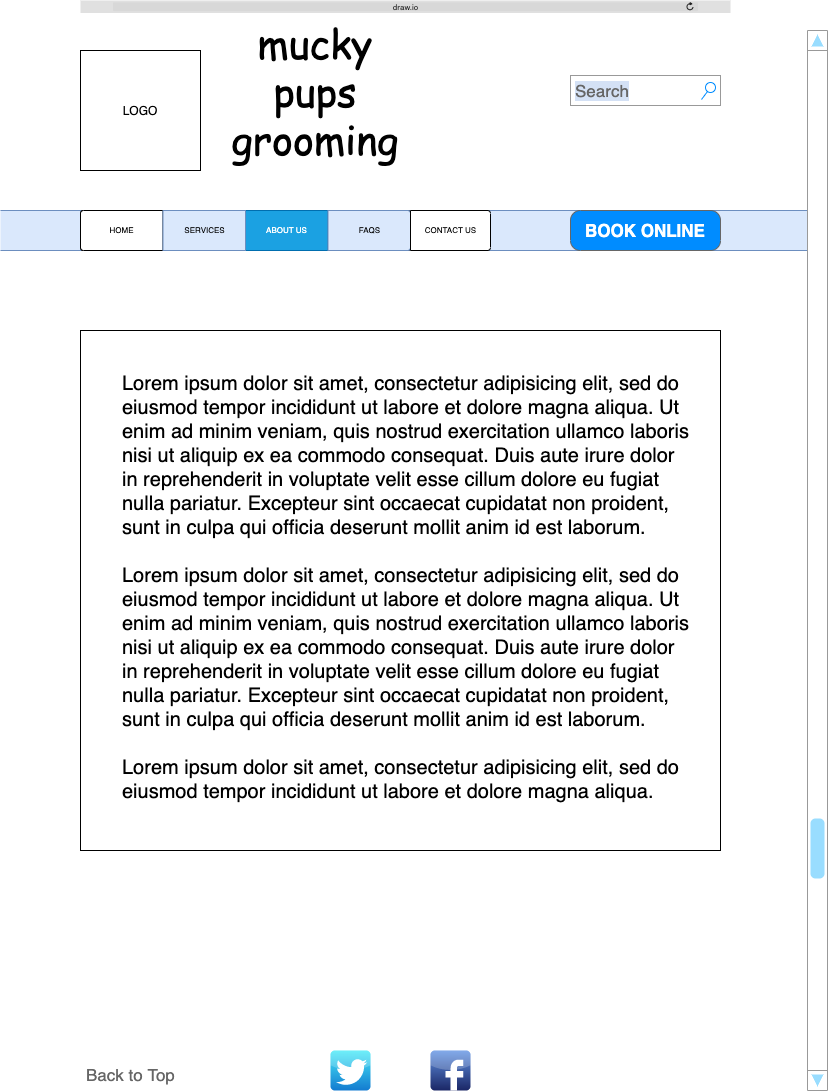
Earlier version of the draw.io export WireFrames/About Us.png (scottietex/scottietex.github.io). Source tidied: cells renumbered, new cells last; positions are measured from the earlier drawing's top-left corner, leaving out a move shared by most shapes. The source it was exported from:
```xml
<mxGraphModel background="#FFFFFF">
  <root>
    <mxCell id="0" />
    <mxCell id="1" parent="0" />
    <mxCell id="2" style="verticalLabelPosition=bottom;verticalAlign=top;html=1;shape=mxgraph.basic.rect;fillColor2=none;strokeWidth=1;size=20;indent=5;labelBackgroundColor=none;fillColor=#ffffff;fontFamily=Comic Sans MS;fontSize=20;fontColor=#000000;align=center;" parent="1" vertex="1">
      <mxGeometry x="80" y="330" width="640" height="520" as="geometry" />
    </mxCell>
    <mxCell id="3" style="shape=partialRectangle;whiteSpace=wrap;html=1;left=0;right=0;fillColor=#dae8fc;labelBackgroundColor=#D4E1F5;fontFamily=Comic Sans MS;fontSize=26;strokeColor=#6c8ebf;" parent="1" vertex="1">
      <mxGeometry y="210" width="810" height="40" as="geometry" />
    </mxCell>
    <mxCell id="4" value="mucky&lt;br style=&quot;font-size: 40px;&quot;&gt;pups&lt;br style=&quot;font-size: 40px;&quot;&gt;grooming" style="text;html=1;strokeColor=none;fillColor=none;align=center;verticalAlign=middle;whiteSpace=wrap;rounded=0;fontFamily=Comic Sans MS;fontSize=40;" parent="1" vertex="1">
      <mxGeometry x="140" y="25" width="350" height="130" as="geometry" />
    </mxCell>
    <mxCell id="5" value="LOGO" style="whiteSpace=wrap;html=1;" parent="1" vertex="1">
      <mxGeometry x="80" y="50" width="120" height="120" as="geometry" />
    </mxCell>
    <mxCell id="6" style="html=1;strokeWidth=1;shadow=0;dashed=0;shape=mxgraph.ios7ui.rrect;rSize=3;fontFamily=Comic Sans MS;fontSize=35;labelBorderColor=#000000;" parent="1" vertex="1">
      <mxGeometry x="80" y="210" width="330" height="40" as="geometry" />
    </mxCell>
    <mxCell id="7" value="HOME" style="strokeColor=inherit;fillColor=inherit;gradientColor=inherit;html=1;strokeWidth=1;shadow=0;dashed=0;shape=mxgraph.ios7ui.leftButton;rSize=3;fontSize=8;labelBackgroundColor=none;" parent="6" vertex="1">
      <mxGeometry width="82.5" height="40" as="geometry" />
    </mxCell>
    <mxCell id="8" value="ABOUT US" style="strokeColor=#006EAF;fillColor=#1ba1e2;html=1;strokeWidth=1;shadow=0;dashed=0;shape=mxgraph.ios7ui.rrect;rSize=0;fontSize=8;fontColor=#ffffff;" parent="6" vertex="1">
      <mxGeometry x="165" width="82.5" height="40" as="geometry" />
    </mxCell>
    <mxCell id="9" value="FAQS" style="strokeColor=#6c8ebf;fillColor=#dae8fc;html=1;strokeWidth=1;shadow=0;dashed=0;shape=mxgraph.ios7ui.rightButton;rSize=3;fontSize=8;labelBorderColor=none;" parent="6" vertex="1">
      <mxGeometry x="247.5" width="82.5" height="40" as="geometry" />
    </mxCell>
    <mxCell id="10" value="SERVICES" style="html=1;strokeWidth=1;shadow=0;dashed=0;shape=mxgraph.ios7ui.rrect;rSize=0;strokeColor=#6c8ebf;fontSize=8;labelBackgroundColor=none;fillColor=#dae8fc;" parent="6" vertex="1">
      <mxGeometry x="82.5" width="82.5" height="40" as="geometry" />
    </mxCell>
    <mxCell id="11" value="draw.io" style="html=1;strokeWidth=1;shadow=0;dashed=0;shape=mxgraph.ios7ui.url;fillColor=#e0e0e0;strokeColor=#c0c0c0;buttonText=;strokeColor2=#222222;fontColor=#222222;fontSize=8;spacingTop=2;align=center;" parent="1" vertex="1">
      <mxGeometry x="80" width="650" height="12.5" as="geometry" />
    </mxCell>
    <mxCell id="12" value="CONTACT US" style="strokeColor=inherit;fillColor=inherit;gradientColor=inherit;html=1;strokeWidth=1;shadow=0;dashed=0;shape=mxgraph.ios7ui.rightButton;rSize=3;fontSize=8;" parent="1" vertex="1">
      <mxGeometry x="410" y="210" width="80" height="40" as="geometry" />
    </mxCell>
    <mxCell id="13" value="Search" style="strokeWidth=1;shadow=0;dashed=0;align=center;html=1;shape=mxgraph.mockup.forms.searchBox;strokeColor=#999999;mainText=;strokeColor2=#008cff;fontColor=#666666;fontSize=17;align=left;spacingLeft=3;labelBackgroundColor=#D4E1F5;fillColor=#ffffff;" parent="1" vertex="1">
      <mxGeometry x="570" y="75" width="150" height="30" as="geometry" />
    </mxCell>
    <mxCell id="14" style="verticalLabelPosition=bottom;shadow=0;dashed=0;align=center;html=1;verticalAlign=top;strokeWidth=1;shape=mxgraph.mockup.navigation.scrollBar;strokeColor=#999999;barPos=20;fillColor2=#99ddff;strokeColor2=none;direction=north;labelBackgroundColor=#D4E1F5;fillColor=#ffffff;fontFamily=Comic Sans MS;fontSize=26;fontColor=#000000;" parent="1" vertex="1">
      <mxGeometry x="807" y="30" width="20" height="1060" as="geometry" />
    </mxCell>
    <mxCell id="15" value="BOOK ONLINE" style="strokeWidth=1;shadow=0;dashed=0;align=center;html=1;shape=mxgraph.mockup.buttons.button;strokeColor=#666666;fontColor=#ffffff;mainText=;buttonStyle=round;fontSize=17;fontStyle=1;fillColor=#008cff;whiteSpace=wrap;labelBackgroundColor=none;" parent="1" vertex="1">
      <mxGeometry x="570" y="210" width="150" height="40" as="geometry" />
    </mxCell>
    <mxCell id="16" style="dashed=0;html=1;align=center;labelPosition=center;verticalLabelPosition=bottom;verticalAlign=top;shape=mxgraph.webicons.facebook;fillColor=#6294E4;gradientColor=#1A2665;labelBackgroundColor=none;fontFamily=Comic Sans MS;fontSize=26;fontColor=#000000;" parent="1" vertex="1">
      <mxGeometry x="430" y="1050" width="40" height="40" as="geometry" />
    </mxCell>
    <mxCell id="17" style="dashed=0;html=1;align=center;labelPosition=center;verticalLabelPosition=bottom;verticalAlign=top;shape=mxgraph.webicons.twitter;fillColor=#49EAF7;gradientColor=#137BD0;labelBackgroundColor=none;fontFamily=Comic Sans MS;fontSize=26;fontColor=#000000;" parent="1" vertex="1">
      <mxGeometry x="330" y="1050" width="40" height="40" as="geometry" />
    </mxCell>
    <mxCell id="18" value="Back to Top" style="strokeWidth=1;shadow=0;dashed=0;align=center;html=1;shape=mxgraph.mockup.text.textBox;fontColor=#666666;align=left;fontSize=17;spacingLeft=4;spacingTop=-3;mainText=;labelBackgroundColor=none;fillColor=#ffffff;strokeColor=none;" parent="1" vertex="1">
      <mxGeometry x="80" y="1060" width="150" height="30" as="geometry" />
    </mxCell>
    <mxCell id="19" value="Lorem ipsum dolor sit amet, consectetur adipisicing elit, sed do eiusmod tempor incididunt ut labore et dolore magna aliqua. Ut enim ad minim veniam, quis nostrud exercitation ullamco laboris nisi ut aliquip ex ea commodo consequat. Duis aute irure dolor in reprehenderit in voluptate velit esse cillum dolore eu fugiat nulla pariatur. Excepteur sint occaecat cupidatat non proident, sunt in culpa qui officia deserunt mollit anim id est laborum.&lt;br&gt;&lt;br&gt;Lorem ipsum dolor sit amet, consectetur adipisicing elit, sed do eiusmod tempor incididunt ut labore et dolore magna aliqua. Ut enim ad minim veniam, quis nostrud exercitation ullamco laboris nisi ut aliquip ex ea commodo consequat. Duis aute irure dolor in reprehenderit in voluptate velit esse cillum dolore eu fugiat nulla pariatur. Excepteur sint occaecat cupidatat non proident, sunt in culpa qui officia deserunt mollit anim id est laborum.&lt;br&gt;&lt;br&gt;Lorem ipsum dolor sit amet, consectetur adipisicing elit, sed do eiusmod tempor incididunt ut labore et dolore magna aliqua.&amp;nbsp;" style="text;spacingTop=-5;whiteSpace=wrap;html=1;align=left;fontSize=20;fontFamily=Helvetica;fillColor=none;strokeColor=none;labelBackgroundColor=none;" parent="1" vertex="1">
      <mxGeometry x="120" y="370" width="570" height="470" as="geometry" />
    </mxCell>
  </root>
</mxGraphModel>
```
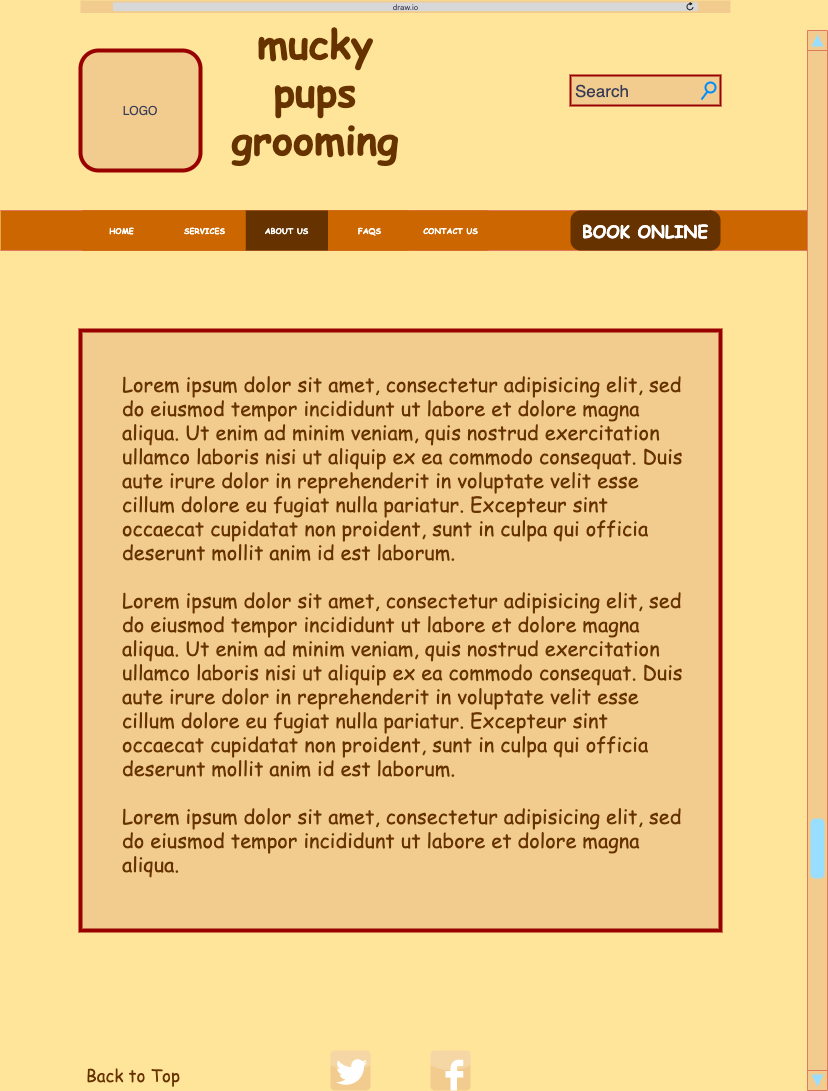
Later version of the same file.

The edit, as a diff of the source:
```diff
@@ -1,59 +1,59 @@
-<mxGraphModel background="#FFFFFF">
+<mxGraphModel background="#FFE599">
   <root>
     <mxCell id="0" />
     <mxCell id="1" parent="0" />
-    <mxCell id="2" style="verticalLabelPosition=bottom;verticalAlign=top;html=1;shape=mxgraph.basic.rect;fillColor2=none;strokeWidth=1;size=20;indent=5;labelBackgroundColor=none;fillColor=#ffffff;fontFamily=Comic Sans MS;fontSize=20;fontColor=#000000;align=center;" parent="1" vertex="1">
-      <mxGeometry x="80" y="330" width="640" height="520" as="geometry" />
+    <mxCell id="2" style="verticalLabelPosition=bottom;verticalAlign=top;html=1;shape=mxgraph.basic.rect;fillColor2=none;strokeWidth=4;size=20;indent=5;labelBackgroundColor=none;fillColor=#F2CC8F;fontFamily=Comic Sans MS;fontSize=20;fontColor=#393C56;align=center;strokeColor=#990000;" parent="1" vertex="1">
+      <mxGeometry x="80" y="330" width="640" height="600" as="geometry" />
     </mxCell>
-    <mxCell id="3" style="shape=partialRectangle;whiteSpace=wrap;html=1;left=0;right=0;fillColor=#dae8fc;labelBackgroundColor=#D4E1F5;fontFamily=Comic Sans MS;fontSize=26;strokeColor=#6c8ebf;" parent="1" vertex="1">
+    <mxCell id="3" style="shape=partialRectangle;whiteSpace=wrap;html=1;left=0;right=0;fontFamily=Comic Sans MS;fontSize=26;strokeColor=#E07A5F;labelBackgroundColor=#F4F1DE;fontColor=#393C56;fillColor=#CC6600;" parent="1" vertex="1">
       <mxGeometry y="210" width="810" height="40" as="geometry" />
     </mxCell>
-    <mxCell id="4" value="mucky&lt;br style=&quot;font-size: 40px;&quot;&gt;pups&lt;br style=&quot;font-size: 40px;&quot;&gt;grooming" style="text;html=1;strokeColor=none;fillColor=none;align=center;verticalAlign=middle;whiteSpace=wrap;rounded=0;fontFamily=Comic Sans MS;fontSize=40;" parent="1" vertex="1">
+    <mxCell id="4" value="mucky&lt;br style=&quot;font-size: 40px;&quot;&gt;pups&lt;br style=&quot;font-size: 40px;&quot;&gt;grooming" style="text;html=1;strokeColor=none;fillColor=none;align=center;verticalAlign=middle;whiteSpace=wrap;rounded=0;fontFamily=Comic Sans MS;fontSize=40;fontStyle=1;fontColor=#663300;" parent="1" vertex="1">
       <mxGeometry x="140" y="25" width="350" height="130" as="geometry" />
     </mxCell>
-    <mxCell id="5" value="LOGO" style="whiteSpace=wrap;html=1;" parent="1" vertex="1">
+    <mxCell id="5" value="LOGO" style="whiteSpace=wrap;html=1;fillColor=#F2CC8F;fontColor=#393C56;rounded=1;strokeColor=#990000;strokeWidth=4;" parent="1" vertex="1">
       <mxGeometry x="80" y="50" width="120" height="120" as="geometry" />
     </mxCell>
-    <mxCell id="6" style="html=1;strokeWidth=1;shadow=0;dashed=0;shape=mxgraph.ios7ui.rrect;rSize=3;fontFamily=Comic Sans MS;fontSize=35;labelBorderColor=#000000;" parent="1" vertex="1">
+    <mxCell id="6" style="html=1;strokeWidth=1;shadow=0;dashed=0;shape=mxgraph.ios7ui.rrect;rSize=3;fontFamily=Comic Sans MS;fontSize=35;labelBorderColor=#000000;fontColor=#393C56;fillColor=#CC6600;strokeColor=none;" parent="1" vertex="1">
       <mxGeometry x="80" y="210" width="330" height="40" as="geometry" />
     </mxCell>
-    <mxCell id="7" value="HOME" style="strokeColor=inherit;fillColor=inherit;gradientColor=inherit;html=1;strokeWidth=1;shadow=0;dashed=0;shape=mxgraph.ios7ui.leftButton;rSize=3;fontSize=8;labelBackgroundColor=none;" parent="6" vertex="1">
+    <mxCell id="7" value="HOME" style="html=1;strokeWidth=1;shadow=0;dashed=0;shape=mxgraph.ios7ui.leftButton;rSize=3;fontSize=8;labelBackgroundColor=none;fillColor=#CC6600;fontFamily=Comic Sans MS;fontStyle=1;fontColor=#FFFFFF;strokeColor=none;" parent="6" vertex="1">
       <mxGeometry width="82.5" height="40" as="geometry" />
     </mxCell>
-    <mxCell id="8" value="ABOUT US" style="strokeColor=#006EAF;fillColor=#1ba1e2;html=1;strokeWidth=1;shadow=0;dashed=0;shape=mxgraph.ios7ui.rrect;rSize=0;fontSize=8;fontColor=#ffffff;" parent="6" vertex="1">
+    <mxCell id="8" value="ABOUT US" style="html=1;strokeWidth=1;shadow=0;dashed=0;shape=mxgraph.ios7ui.rrect;rSize=0;fontSize=8;fontFamily=Comic Sans MS;fontStyle=1;fontColor=#FFFFFF;strokeColor=none;fillColor=#663300;" parent="6" vertex="1">
       <mxGeometry x="165" width="82.5" height="40" as="geometry" />
     </mxCell>
-    <mxCell id="9" value="FAQS" style="strokeColor=#6c8ebf;fillColor=#dae8fc;html=1;strokeWidth=1;shadow=0;dashed=0;shape=mxgraph.ios7ui.rightButton;rSize=3;fontSize=8;labelBorderColor=none;" parent="6" vertex="1">
+    <mxCell id="9" value="FAQS" style="html=1;strokeWidth=1;shadow=0;dashed=0;shape=mxgraph.ios7ui.rightButton;rSize=3;fontSize=8;labelBorderColor=none;fillColor=#CC6600;fontFamily=Comic Sans MS;fontStyle=1;fontColor=#FFFFFF;strokeColor=none;" parent="6" vertex="1">
       <mxGeometry x="247.5" width="82.5" height="40" as="geometry" />
     </mxCell>
-    <mxCell id="10" value="SERVICES" style="html=1;strokeWidth=1;shadow=0;dashed=0;shape=mxgraph.ios7ui.rrect;rSize=0;strokeColor=#6c8ebf;fontSize=8;labelBackgroundColor=none;fillColor=#dae8fc;" parent="6" vertex="1">
+    <mxCell id="10" value="SERVICES" style="html=1;strokeWidth=1;shadow=0;dashed=0;shape=mxgraph.ios7ui.rrect;rSize=0;fontSize=8;labelBackgroundColor=none;fillColor=#CC6600;fontFamily=Comic Sans MS;fontStyle=1;fontColor=#FFFFFF;strokeColor=none;" parent="6" vertex="1">
       <mxGeometry x="82.5" width="82.5" height="40" as="geometry" />
     </mxCell>
-    <mxCell id="11" value="draw.io" style="html=1;strokeWidth=1;shadow=0;dashed=0;shape=mxgraph.ios7ui.url;fillColor=#e0e0e0;strokeColor=#c0c0c0;buttonText=;strokeColor2=#222222;fontColor=#222222;fontSize=8;spacingTop=2;align=center;" parent="1" vertex="1">
+    <mxCell id="11" value="draw.io" style="html=1;strokeWidth=1;shadow=0;dashed=0;shape=mxgraph.ios7ui.url;fillColor=#F2CC8F;strokeColor=#E07A5F;buttonText=;strokeColor2=#222222;fontColor=#393C56;fontSize=8;spacingTop=2;align=center;" parent="1" vertex="1">
       <mxGeometry x="80" width="650" height="12.5" as="geometry" />
     </mxCell>
-    <mxCell id="12" value="CONTACT US" style="strokeColor=inherit;fillColor=inherit;gradientColor=inherit;html=1;strokeWidth=1;shadow=0;dashed=0;shape=mxgraph.ios7ui.rightButton;rSize=3;fontSize=8;" parent="1" vertex="1">
+    <mxCell id="12" value="CONTACT US" style="html=1;strokeWidth=1;shadow=0;dashed=0;shape=mxgraph.ios7ui.rightButton;rSize=3;fontSize=8;fillColor=#CC6600;fontFamily=Comic Sans MS;fontStyle=1;fontColor=#FFFFFF;strokeColor=none;" parent="1" vertex="1">
       <mxGeometry x="410" y="210" width="80" height="40" as="geometry" />
     </mxCell>
-    <mxCell id="13" value="Search" style="strokeWidth=1;shadow=0;dashed=0;align=center;html=1;shape=mxgraph.mockup.forms.searchBox;strokeColor=#999999;mainText=;strokeColor2=#008cff;fontColor=#666666;fontSize=17;align=left;spacingLeft=3;labelBackgroundColor=#D4E1F5;fillColor=#ffffff;" parent="1" vertex="1">
+    <mxCell id="13" value="Search" style="strokeWidth=2;shadow=0;dashed=0;align=center;html=1;shape=mxgraph.mockup.forms.searchBox;mainText=;strokeColor2=#008cff;fontColor=#393C56;fontSize=17;align=left;spacingLeft=3;fillColor=#F2CC8F;labelBackgroundColor=none;strokeColor=#990000;" parent="1" vertex="1">
       <mxGeometry x="570" y="75" width="150" height="30" as="geometry" />
     </mxCell>
-    <mxCell id="14" style="verticalLabelPosition=bottom;shadow=0;dashed=0;align=center;html=1;verticalAlign=top;strokeWidth=1;shape=mxgraph.mockup.navigation.scrollBar;strokeColor=#999999;barPos=20;fillColor2=#99ddff;strokeColor2=none;direction=north;labelBackgroundColor=#D4E1F5;fillColor=#ffffff;fontFamily=Comic Sans MS;fontSize=26;fontColor=#000000;" parent="1" vertex="1">
+    <mxCell id="14" style="verticalLabelPosition=bottom;shadow=0;dashed=0;align=center;html=1;verticalAlign=top;strokeWidth=1;shape=mxgraph.mockup.navigation.scrollBar;strokeColor=#E07A5F;barPos=20;fillColor2=#99ddff;strokeColor2=none;direction=north;fillColor=#F2CC8F;fontFamily=Comic Sans MS;fontSize=26;fontColor=#393C56;labelBackgroundColor=#F4F1DE;" parent="1" vertex="1">
       <mxGeometry x="807" y="30" width="20" height="1060" as="geometry" />
     </mxCell>
-    <mxCell id="15" value="BOOK ONLINE" style="strokeWidth=1;shadow=0;dashed=0;align=center;html=1;shape=mxgraph.mockup.buttons.button;strokeColor=#666666;fontColor=#ffffff;mainText=;buttonStyle=round;fontSize=17;fontStyle=1;fillColor=#008cff;whiteSpace=wrap;labelBackgroundColor=none;" parent="1" vertex="1">
+    <mxCell id="15" value="BOOK ONLINE" style="strokeWidth=1;shadow=0;dashed=0;align=center;html=1;shape=mxgraph.mockup.buttons.button;mainText=;buttonStyle=round;fontSize=17;fontStyle=1;whiteSpace=wrap;labelBackgroundColor=none;fillColor=#663300;fontFamily=Comic Sans MS;fontColor=#FFFFFF;strokeColor=none;" parent="1" vertex="1">
       <mxGeometry x="570" y="210" width="150" height="40" as="geometry" />
     </mxCell>
-    <mxCell id="16" style="dashed=0;html=1;align=center;labelPosition=center;verticalLabelPosition=bottom;verticalAlign=top;shape=mxgraph.webicons.facebook;fillColor=#6294E4;gradientColor=#1A2665;labelBackgroundColor=none;fontFamily=Comic Sans MS;fontSize=26;fontColor=#000000;" parent="1" vertex="1">
+    <mxCell id="16" style="dashed=0;html=1;align=center;labelPosition=center;verticalLabelPosition=bottom;verticalAlign=top;shape=mxgraph.webicons.facebook;fillColor=#F2CC8F;labelBackgroundColor=none;fontFamily=Comic Sans MS;fontSize=26;fontColor=#393C56;strokeColor=#E07A5F;" parent="1" vertex="1">
       <mxGeometry x="430" y="1050" width="40" height="40" as="geometry" />
     </mxCell>
-    <mxCell id="17" style="dashed=0;html=1;align=center;labelPosition=center;verticalLabelPosition=bottom;verticalAlign=top;shape=mxgraph.webicons.twitter;fillColor=#49EAF7;gradientColor=#137BD0;labelBackgroundColor=none;fontFamily=Comic Sans MS;fontSize=26;fontColor=#000000;" parent="1" vertex="1">
+    <mxCell id="17" style="dashed=0;html=1;align=center;labelPosition=center;verticalLabelPosition=bottom;verticalAlign=top;shape=mxgraph.webicons.twitter;fillColor=#F2CC8F;labelBackgroundColor=none;fontFamily=Comic Sans MS;fontSize=26;fontColor=#393C56;strokeColor=#E07A5F;" parent="1" vertex="1">
       <mxGeometry x="330" y="1050" width="40" height="40" as="geometry" />
     </mxCell>
-    <mxCell id="18" value="Back to Top" style="strokeWidth=1;shadow=0;dashed=0;align=center;html=1;shape=mxgraph.mockup.text.textBox;fontColor=#666666;align=left;fontSize=17;spacingLeft=4;spacingTop=-3;mainText=;labelBackgroundColor=none;fillColor=#ffffff;strokeColor=none;" parent="1" vertex="1">
+    <mxCell id="18" value="Back to Top" style="strokeWidth=1;shadow=0;dashed=0;align=center;html=1;shape=mxgraph.mockup.text.textBox;align=left;fontSize=17;spacingLeft=4;spacingTop=-3;mainText=;labelBackgroundColor=none;strokeColor=none;fontFamily=Comic Sans MS;fontColor=#663300;fillColor=none;" parent="1" vertex="1">
       <mxGeometry x="80" y="1060" width="150" height="30" as="geometry" />
     </mxCell>
-    <mxCell id="19" value="Lorem ipsum dolor sit amet, consectetur adipisicing elit, sed do eiusmod tempor incididunt ut labore et dolore magna aliqua. Ut enim ad minim veniam, quis nostrud exercitation ullamco laboris nisi ut aliquip ex ea commodo consequat. Duis aute irure dolor in reprehenderit in voluptate velit esse cillum dolore eu fugiat nulla pariatur. Excepteur sint occaecat cupidatat non proident, sunt in culpa qui officia deserunt mollit anim id est laborum.&lt;br&gt;&lt;br&gt;Lorem ipsum dolor sit amet, consectetur adipisicing elit, sed do eiusmod tempor incididunt ut labore et dolore magna aliqua. Ut enim ad minim veniam, quis nostrud exercitation ullamco laboris nisi ut aliquip ex ea commodo consequat. Duis aute irure dolor in reprehenderit in voluptate velit esse cillum dolore eu fugiat nulla pariatur. Excepteur sint occaecat cupidatat non proident, sunt in culpa qui officia deserunt mollit anim id est laborum.&lt;br&gt;&lt;br&gt;Lorem ipsum dolor sit amet, consectetur adipisicing elit, sed do eiusmod tempor incididunt ut labore et dolore magna aliqua.&amp;nbsp;" style="text;spacingTop=-5;whiteSpace=wrap;html=1;align=left;fontSize=20;fontFamily=Helvetica;fillColor=none;strokeColor=none;labelBackgroundColor=none;" parent="1" vertex="1">
+    <mxCell id="19" value="Lorem ipsum dolor sit amet, consectetur adipisicing elit, sed do eiusmod tempor incididunt ut labore et dolore magna aliqua. Ut enim ad minim veniam, quis nostrud exercitation ullamco laboris nisi ut aliquip ex ea commodo consequat. Duis aute irure dolor in reprehenderit in voluptate velit esse cillum dolore eu fugiat nulla pariatur. Excepteur sint occaecat cupidatat non proident, sunt in culpa qui officia deserunt mollit anim id est laborum.&lt;br&gt;&lt;br&gt;Lorem ipsum dolor sit amet, consectetur adipisicing elit, sed do eiusmod tempor incididunt ut labore et dolore magna aliqua. Ut enim ad minim veniam, quis nostrud exercitation ullamco laboris nisi ut aliquip ex ea commodo consequat. Duis aute irure dolor in reprehenderit in voluptate velit esse cillum dolore eu fugiat nulla pariatur. Excepteur sint occaecat cupidatat non proident, sunt in culpa qui officia deserunt mollit anim id est laborum.&lt;br&gt;&lt;br&gt;Lorem ipsum dolor sit amet, consectetur adipisicing elit, sed do eiusmod tempor incididunt ut labore et dolore magna aliqua.&amp;nbsp;" style="text;spacingTop=-5;whiteSpace=wrap;html=1;align=left;fontSize=20;fontFamily=Comic Sans MS;fillColor=none;strokeColor=none;labelBackgroundColor=none;fontColor=#663300;" parent="1" vertex="1">
       <mxGeometry x="120" y="370" width="570" height="470" as="geometry" />
     </mxCell>
   </root>
```
